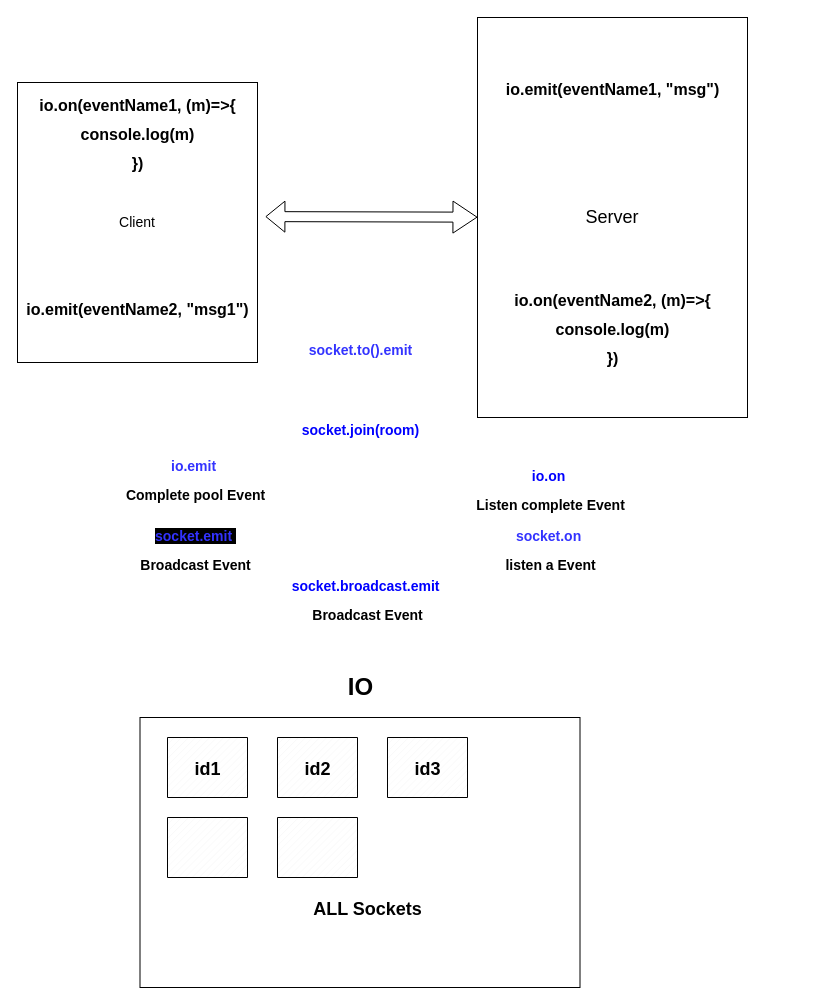
This is theory.drawio from Mani007/adv_sockets, a draw.io file, before an edit. Source tidied: cells renumbered, new cells numbered last; positions are measured from the earlier drawing's top-left corner, leaving out a move shared by most shapes. Both pictures are drawn from the tidied source at 100%, with x=0, y=0 at pixel (17, 17).
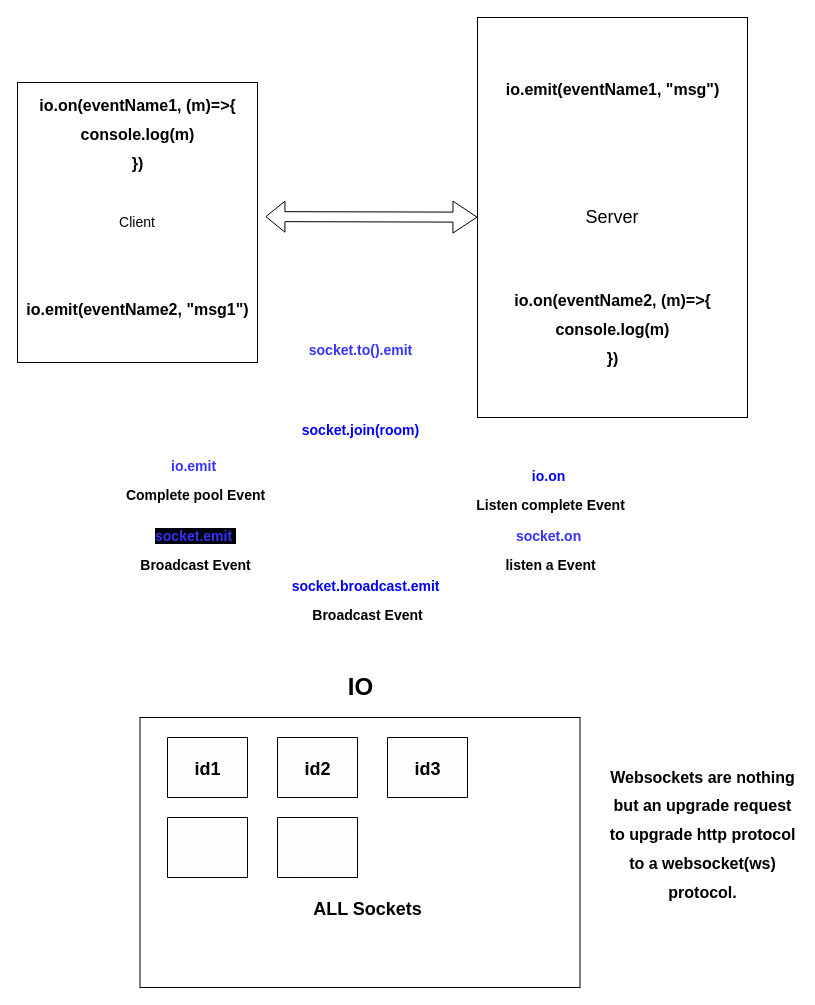
After the change.

Change to the diagram source:
```diff
@@
+    <mxCell id="27" value="&lt;font style=&quot;font-size: 16px;&quot;&gt;Websockets are nothing &lt;br&gt;but an upgrade request&lt;br&gt;to upgrade http protocol&lt;br&gt;to a websocket(ws)&lt;br&gt;protocol.&lt;br&gt;&lt;/font&gt;" style="text;strokeColor=none;fillColor=none;html=1;fontSize=24;fontStyle=1;verticalAlign=middle;align=center;" parent="1" vertex="1">
+      <mxGeometry x="590" y="720" width="190" height="190" as="geometry" />
+    </mxCell>
```
